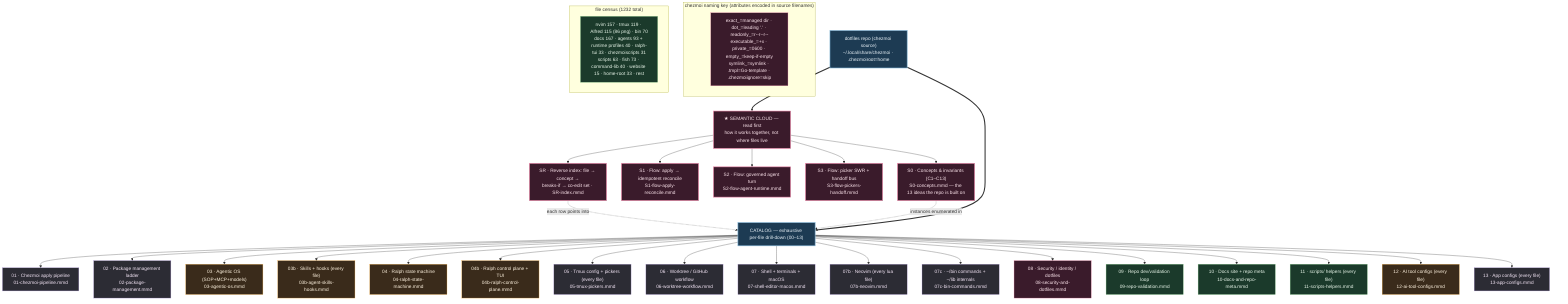
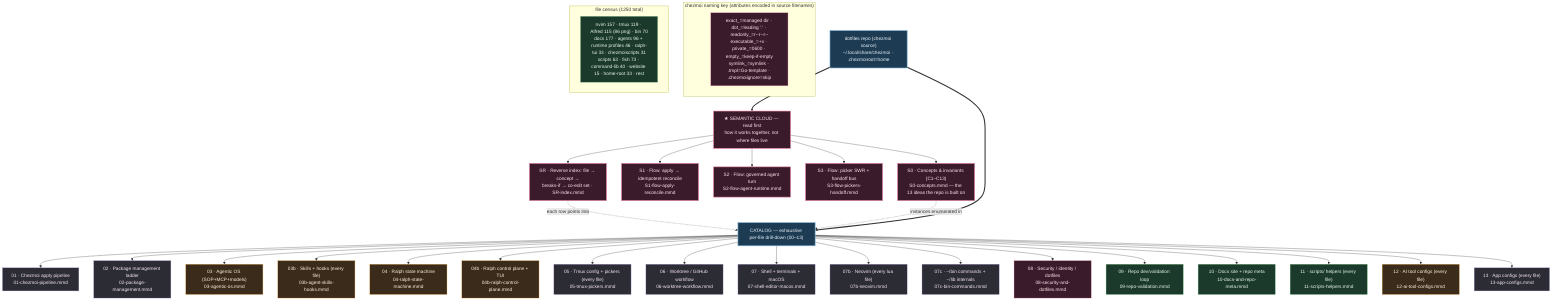
%% ============================================================================
%% 00-overview.mmd — Master navigation map for kapral18/dotfiles
%% TWO LAYERS:
%%   SEMANTIC CLOUD (read first) — how the system THINKS: concepts+invariants
%%     (S0), cross-cutting flows (S1/S2/S3), and a reverse index (SR) that maps
%%     any file to its concept, blast radius, and co-edit set.
%%   CATALOG (drill-down) — how the system is LAID OUT: 00-13 enumerate every
- %%     one of the 1232 tracked files by exact chezmoi source path.
+ %%     one of the 1250 tracked files by exact chezmoi source path.
%% `home/` is chezmoi source deployed to $HOME; scripts/tools/website/docs are
%% repo-side (NOT deployed). Each node → a deeper .mmd.
%% ============================================================================
graph TD
    classDef entry fill:#1d3b53,stroke:#7fb3d5,color:#eaf2f8,stroke-width:2px;
    classDef sys fill:#2c2c34,stroke:#b39ddb,color:#f3e5f5;
    classDef ai fill:#3a2b1b,stroke:#ffb74d,color:#fff3e0;
    classDef repo fill:#1b3a2b,stroke:#81c784,color:#e8f5e9;
    classDef data fill:#3a1b2b,stroke:#f48fb1,color:#fce4ec;
    classDef sem fill:#3a1b2b,stroke:#f48fb1,color:#fce4ec,stroke-width:2px;

    ROOT["dotfiles repo (chezmoi source)<br/>~/.local/share/chezmoi · .chezmoiroot=home"]:::entry

    %% ---- SEMANTIC LAYER (read before the catalog) --------------------------
    ROOT ==> SEMHEAD["★ SEMANTIC CLOUD — read first<br/>how it works together, not where files live"]:::sem
    SEMHEAD --> S0["S0 · Concepts & invariants (C1–C13)<br/>S0-concepts.mmd — the 13 ideas the repo is built on"]:::sem
    SEMHEAD --> S1["S1 · Flow: apply → idempotent reconcile<br/>S1-flow-apply-reconcile.mmd"]:::sem
    SEMHEAD --> S2["S2 · Flow: governed agent turn<br/>S2-flow-agent-runtime.mmd"]:::sem
    SEMHEAD --> S3["S3 · Flow: picker SWR + handoff bus<br/>S3-flow-pickers-handoff.mmd"]:::sem
    SEMHEAD --> SR["SR · Reverse index: file → concept →<br/>breaks-if → co-edit set · SR-index.mmd"]:::sem
    SR -. "each row points into" .-> CATHEAD
    S0 -. "instances enumerated in" .-> CATHEAD

    %% ---- CATALOG LAYER (exhaustive per-file drill-down) --------------------
    ROOT ==> CATHEAD["CATALOG — exhaustive per-file drill-down (00–13)"]:::entry

    CATHEAD --> CZ["01 · Chezmoi apply pipeline<br/>01-chezmoi-pipeline.mmd"]:::sys
    CATHEAD --> PKG["02 · Package management ladder<br/>02-package-management.mmd"]:::sys
    CATHEAD --> AIOS["03 · Agentic OS (SOP+MCP+models)<br/>03-agentic-os.mmd"]:::ai
    CATHEAD --> SKILLS["03b · Skills + hooks (every file)<br/>03b-agent-skills-hooks.mmd"]:::ai
    CATHEAD --> RALPH["04 · Ralph state machine<br/>04-ralph-state-machine.mmd"]:::ai
    CATHEAD --> RALPHCP["04b · Ralph control plane + TUI<br/>04b-ralph-control-plane.mmd"]:::ai
    CATHEAD --> TMUX["05 · Tmux config + pickers (every file)<br/>05-tmux-pickers.mmd"]:::sys
    CATHEAD --> WT["06 · Worktree / GitHub workflow<br/>06-worktree-workflow.mmd"]:::sys
    CATHEAD --> SEM["07 · Shell + terminals + macOS<br/>07-shell-editor-macos.mmd"]:::sys
    CATHEAD --> NVIM["07b · Neovim (every lua file)<br/>07b-neovim.mmd"]:::sys
    CATHEAD --> BIN["07c · ~/bin commands + ~/lib internals<br/>07c-bin-commands.mmd"]:::sys
    CATHEAD --> SEC["08 · Security / identity / dotfiles<br/>08-security-and-dotfiles.mmd"]:::data
    CATHEAD --> VAL["09 · Repo dev/validation loop<br/>09-repo-validation.mmd"]:::repo
    CATHEAD --> DOCS["10 · Docs site + repo meta<br/>10-docs-and-repo-meta.mmd"]:::repo
    CATHEAD --> SCRIPTS["11 · scripts/ helpers (every file)<br/>11-scripts-helpers.mmd"]:::repo
    CATHEAD --> AICFG["12 · AI tool configs (every file)<br/>12-ai-tool-configs.mmd"]:::ai
    CATHEAD --> APPS["13 · App configs (every file)<br/>13-app-configs.mmd"]:::sys

    subgraph KEY["chezmoi naming key (attributes encoded in source filenames)"]
        K1["exact_=managed dir · dot_=leading '.' · readonly_=r--r--r--<br/>executable_=+x · private_=0600 · empty_=keep-if-empty<br/>symlink_=symlink · .tmpl=Go-template · .chezmoiignore=skip"]:::data
    end

-     subgraph COUNTS["file census (1232 total)"]
-         C1["nvim 157 · tmux 119 · Alfred 115 (86 png) · bin 70<br/>docs 167 · agents 93 + runtime profiles 40 · ralph-tui 33 · chezmoiscripts 31<br/>scripts 63 · fish 73 · command-lib 40 · website 15 · home-root 33 · rest"]:::repo
+     subgraph COUNTS["file census (1250 total)"]
+         C1["nvim 157 · tmux 119 · Alfred 115 (86 png) · bin 70<br/>docs 177 · agents 96 + runtime profiles 46 · ralph-tui 33 · chezmoiscripts 31<br/>scripts 63 · fish 73 · command-lib 40 · website 15 · home-root 33 · rest"]:::repo
    end
